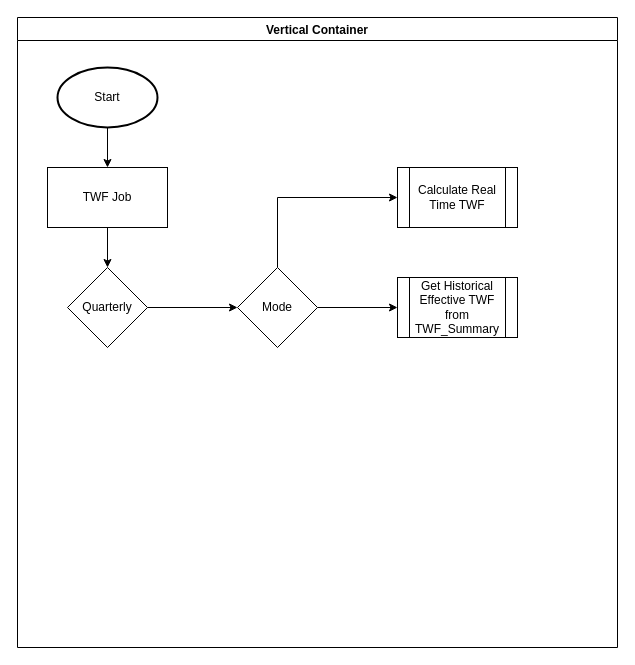
Above: TotalWorkForce_WINS.drawio in willyip2377/DrawIo (draw.io), before the change. Source tidied: cells renumbered, new cells numbered last; positions are measured from the earlier drawing's top-left corner, leaving out a move shared by most shapes. Both pictures are drawn from the tidied source at 100%, with x=0, y=0 at pixel (17, 17).
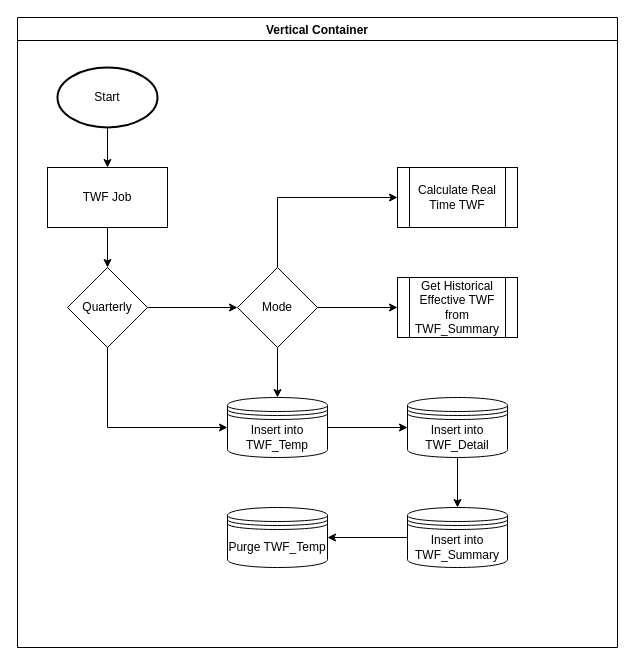
After the change.

Unchanged cells that the change refers to:
```xml
<mxCell id="2" value="Vertical Container" style="swimlane;" parent="1" vertex="1">
  <mxGeometry width="600" height="630" as="geometry" />
</mxCell>
<mxCell id="8" value="Quarterly" style="rhombus;whiteSpace=wrap;html=1;" parent="2" vertex="1">
  <mxGeometry x="50" y="250" width="80" height="80" as="geometry" />
</mxCell>
<mxCell id="11" value="Mode" style="rhombus;whiteSpace=wrap;html=1;" parent="2" vertex="1">
  <mxGeometry x="220" y="250" width="80" height="80" as="geometry" />
</mxCell>
```

Change to the diagram source:
```diff
@@
+    <mxCell id="14" style="edgeStyle=orthogonalEdgeStyle;rounded=0;jettySize=auto;html=1;exitX=0.5;exitY=1;exitDx=0;exitDy=0;entryX=0;entryY=0.5;entryDx=0;entryDy=0;" parent="2" edge="1" source="8" target="17">
+      <mxGeometry relative="1" as="geometry" />
+    </mxCell>
@@
+    <mxCell id="15" style="edgeStyle=orthogonalEdgeStyle;rounded=0;jettySize=auto;html=1;" parent="2" edge="1" source="11" target="17">
+      <mxGeometry relative="1" as="geometry" />
+    </mxCell>
@@
+    <mxCell id="16" style="edgeStyle=orthogonalEdgeStyle;rounded=0;jettySize=auto;html=1;" parent="2" edge="1" source="17" target="19">
+      <mxGeometry relative="1" as="geometry" />
+    </mxCell>
+    <mxCell id="17" value="Insert into TWF_Temp" style="shape=datastore;whiteSpace=wrap;html=1;" parent="2" vertex="1">
+      <mxGeometry x="210" y="380" width="100" height="60" as="geometry" />
+    </mxCell>
+    <mxCell id="18" style="edgeStyle=orthogonalEdgeStyle;rounded=0;jettySize=auto;html=1;" parent="2" edge="1" source="19" target="22">
+      <mxGeometry relative="1" as="geometry" />
+    </mxCell>
+    <mxCell id="19" value="Insert into TWF_Detail" style="shape=datastore;whiteSpace=wrap;html=1;" parent="2" vertex="1">
+      <mxGeometry x="390" y="380" width="100" height="60" as="geometry" />
+    </mxCell>
+    <mxCell id="20" value="Purge TWF_Temp" style="shape=datastore;whiteSpace=wrap;html=1;" parent="2" vertex="1">
+      <mxGeometry x="210" y="490" width="100" height="60" as="geometry" />
+    </mxCell>
+    <mxCell id="21" style="edgeStyle=orthogonalEdgeStyle;rounded=0;jettySize=auto;html=1;" parent="2" edge="1" source="22" target="20">
+      <mxGeometry relative="1" as="geometry" />
+    </mxCell>
+    <mxCell id="22" value="Insert into TWF_Summary" style="shape=datastore;whiteSpace=wrap;html=1;" parent="2" vertex="1">
+      <mxGeometry x="390" y="490" width="100" height="60" as="geometry" />
+    </mxCell>
```
